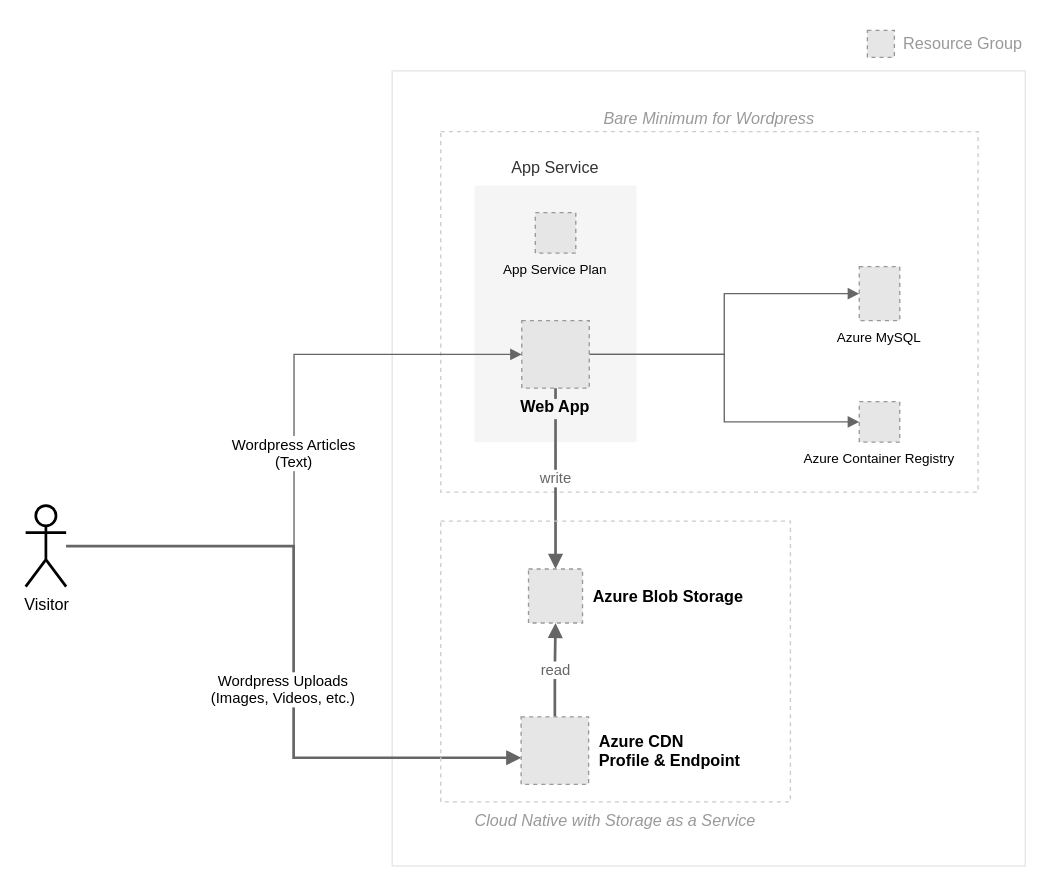
Earlier version of the draw.io diagram azure-architecture.drawio (julie-ng/wordpress-on-azure). Source tidied: cells renumbered, new cells numbered last; positions are measured from the earlier drawing's top-left corner, leaving out a move shared by most shapes. Both pictures are drawn from the tidied source at 135%, with x=0, y=0 at pixel (26, 23). Pictures stored in the file or linked from it are replaced by grey dashed boxes.
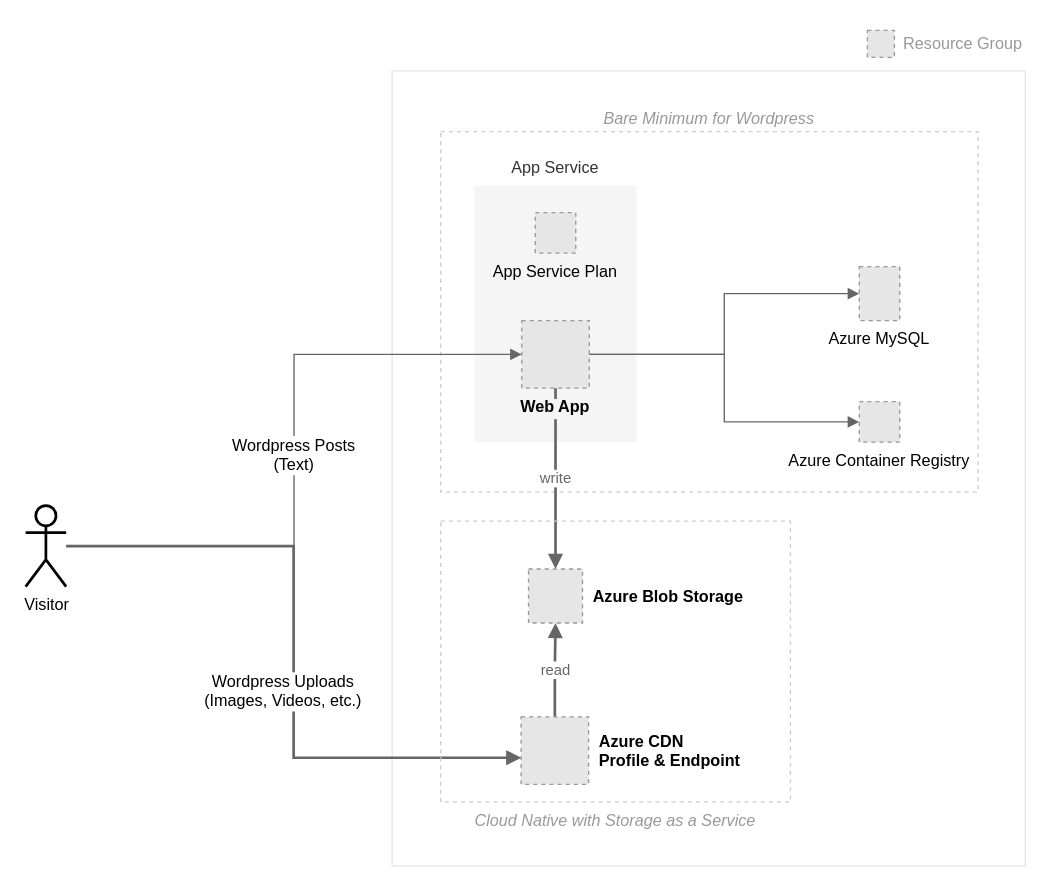
After the change.

Commit message (it also covers changes not shown here):
docs(readme): larger architecture diagram

Diff of the diagram source:
```diff
@@
-    <mxCell id="12" value="App Service Plan" style="fillColor=#E6E6E6;strokeColor=#999999;dashed=1;labelPosition=center;verticalLabelPosition=bottom;align=center;verticalAlign=top;fontSize=10;" parent="5" vertex="1">
+    <mxCell id="12" value="App Service Plan" style="fillColor=#E6E6E6;strokeColor=#999999;dashed=1;labelPosition=center;verticalLabelPosition=bottom;align=center;verticalAlign=top;fontSize=12;" parent="5" vertex="1">
       <mxGeometry x="377" y="140" width="30" height="30" as="geometry" />
     </mxCell>
-    <mxCell id="13" value="Azure Container Registry&#10;" style="fillColor=#E6E6E6;strokeColor=#999999;dashed=1;verticalAlign=top;labelPosition=center;verticalLabelPosition=bottom;align=center;fontSize=10;" parent="5" vertex="1">
+    <mxCell id="13" value="Azure Container Registry&#10;" style="fillColor=#E6E6E6;strokeColor=#999999;dashed=1;verticalAlign=top;labelPosition=center;verticalLabelPosition=bottom;align=center;fontSize=12;" parent="5" vertex="1">
       <mxGeometry x="617" y="280" width="30" height="30" as="geometry" />
     </mxCell>
-    <mxCell id="14" value="Azure MySQL" style="fillColor=#E6E6E6;strokeColor=#999999;dashed=1;labelPosition=center;verticalLabelPosition=bottom;align=center;verticalAlign=top;fontSize=10;" parent="5" vertex="1">
+    <mxCell id="14" value="Azure MySQL" style="fillColor=#E6E6E6;strokeColor=#999999;dashed=1;labelPosition=center;verticalLabelPosition=bottom;align=center;verticalAlign=top;fontSize=12;" parent="5" vertex="1">
       <mxGeometry x="617" y="180" width="30" height="40" as="geometry" />
     </mxCell>
@@
-    <mxCell id="24" value="Wordpress Uploads&lt;br&gt;(Images, Videos, etc.)" style="text;html=1;align=center;verticalAlign=top;spacingTop=-4;fontSize=11;fontColor=#000000;labelBackgroundColor=#ffffff;" parent="23" vertex="1">
+    <mxCell id="24" value="Wordpress Uploads&lt;br style=&quot;font-size: 12px;&quot;&gt;(Images, Videos, etc.)" style="text;html=1;align=center;verticalAlign=top;spacingTop=-4;fontSize=12;fontColor=#000000;labelBackgroundColor=#ffffff;" parent="23" vertex="1">
       <mxGeometry x="131.5" y="478" width="117" height="26" as="geometry" />
     </mxCell>
-    <mxCell id="25" value="Wordpress Articles&lt;br&gt;(Text)" style="text;html=1;align=center;verticalAlign=top;spacingTop=-4;fontSize=11;fontColor=#000000;labelBackgroundColor=#ffffff;" parent="23" vertex="1">
-      <mxGeometry x="146.5" y="303" width="102" height="26" as="geometry" />
+    <mxCell id="25" value="Wordpress Posts&lt;br style=&quot;font-size: 12px&quot;&gt;(Text)" style="text;html=1;align=center;verticalAlign=top;spacingTop=-4;fontSize=12;fontColor=#000000;labelBackgroundColor=#ffffff;" parent="23" vertex="1">
+      <mxGeometry x="147.5" y="303" width="101" height="28" as="geometry" />
     </mxCell>
```
